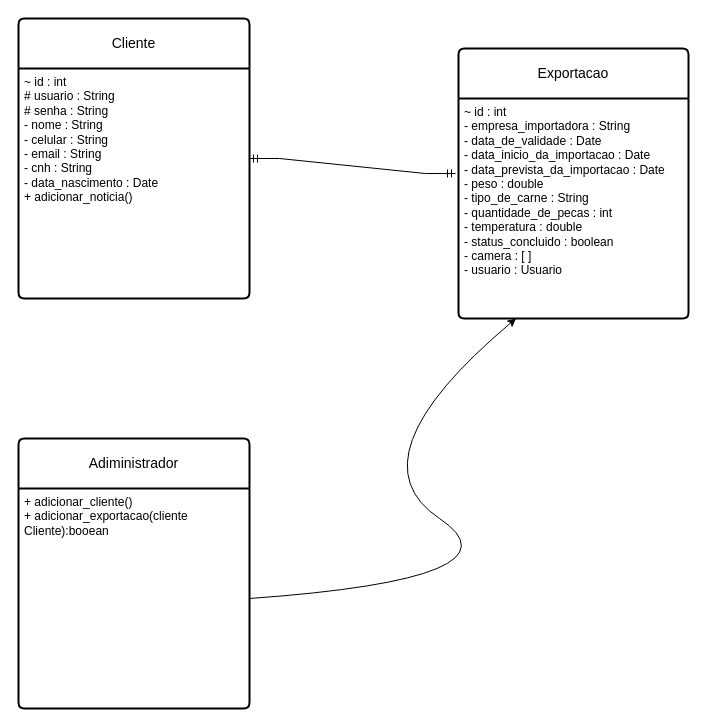
Above: src/diagrama de classe.drawio in antoniofelipecruz/biblioteca-MA (draw.io), before the change. Source tidied: cells renumbered, new cells numbered last; positions are measured from the earlier drawing's top-left corner, leaving out a move shared by most shapes. Both pictures are drawn from the tidied source at 100%, with x=0, y=0 at pixel (18, 18).
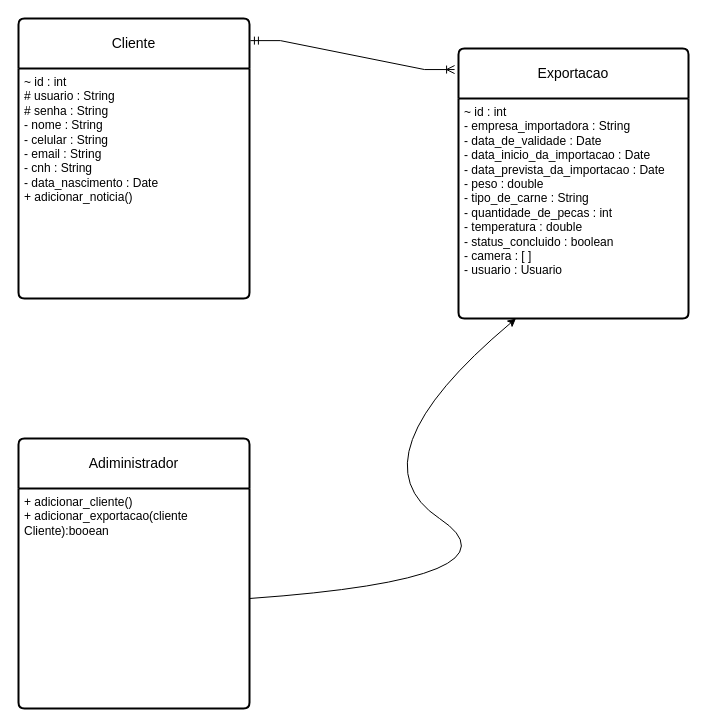
The same diagram, later.

The edit, as a diff of the source:
```diff
@@
 <mxGraphModel>
   <root>
     <mxCell id="0" />
     <mxCell id="1" parent="0" />
     <mxCell id="2" value="Cliente" style="swimlane;horizontal=1;startSize=50;rounded=1;fontSize=14;fontStyle=0;strokeWidth=2;shadow=0;dashed=0;align=center;arcSize=4;whiteSpace=wrap;html=1;" parent="1" vertex="1">
       <mxGeometry width="231" height="280" as="geometry" />
     </mxCell>
     <mxCell id="3" value="~ id : int&lt;br&gt;&lt;div&gt;# usuario : String&lt;/div&gt;&lt;div&gt;# senha : String&lt;/div&gt;&lt;div&gt;- nome : String&lt;/div&gt;&lt;div&gt;- celular : String&lt;/div&gt;&lt;div&gt;- email : String&lt;/div&gt;&lt;div&gt;- cnh : String&lt;/div&gt;&lt;div&gt;- data_nascimento : Date&lt;br&gt;&lt;/div&gt;&lt;div&gt;+ adicionar_noticia()&lt;br&gt;&lt;/div&gt;&lt;div&gt;&lt;br&gt;&lt;/div&gt;" style="align=left;strokeColor=none;fillColor=none;spacingLeft=4;spacingRight=4;fontSize=12;verticalAlign=top;html=1;whiteSpace=wrap;" parent="2" vertex="1">
       <mxGeometry y="50" width="231" height="230" as="geometry" />
     </mxCell>
     <mxCell id="4" value="Adiministrador" style="swimlane;horizontal=1;startSize=50;rounded=1;fontSize=14;fontStyle=0;strokeWidth=2;shadow=0;dashed=0;align=center;arcSize=4;whiteSpace=wrap;html=1;" parent="1" vertex="1">
       <mxGeometry y="420" width="231" height="270" as="geometry" />
     </mxCell>
     <mxCell id="5" value="+ adicionar_cliente()&lt;br&gt;+ adicionar_exportacao(cliente Cliente):booean" style="align=left;strokeColor=none;fillColor=none;spacingLeft=4;spacingRight=4;fontSize=12;verticalAlign=top;html=1;whiteSpace=wrap;" parent="4" vertex="1">
       <mxGeometry y="50" width="231" height="220" as="geometry" />
     </mxCell>
     <mxCell id="6" value="Exportacao" style="swimlane;horizontal=1;startSize=50;rounded=1;fontSize=14;fontStyle=0;strokeWidth=2;shadow=0;dashed=0;align=center;arcSize=4;whiteSpace=wrap;html=1;" parent="1" vertex="1">
       <mxGeometry x="440" y="30" width="230" height="270" as="geometry" />
     </mxCell>
     <mxCell id="7" value="~ id : int&lt;br&gt;- empresa_importadora : String&lt;br&gt;&lt;div&gt;- data_de_validade : Date&lt;/div&gt;&lt;div&gt;- data_inicio_da_importacao : Date&lt;/div&gt;&lt;div&gt;- data_prevista_da_importacao : Date&lt;/div&gt;&lt;div&gt;- peso : double&lt;/div&gt;&lt;div&gt;- tipo_de_carne : String&lt;/div&gt;&lt;div&gt;- quantidade_de_pecas : int&lt;/div&gt;&lt;div&gt;- temperatura : double&lt;/div&gt;&lt;div&gt;- status_concluido : boolean&lt;/div&gt;&lt;div&gt;- camera : [ ]&lt;/div&gt;&lt;div&gt;- usuario : Usuario&lt;br&gt;&lt;/div&gt;&lt;div&gt;&lt;br&gt;&lt;/div&gt;&lt;div&gt;&lt;br&gt;&lt;/div&gt;" style="align=left;strokeColor=none;fillColor=none;spacingLeft=4;spacingRight=4;fontSize=12;verticalAlign=top;html=1;whiteSpace=wrap;" parent="6" vertex="1">
       <mxGeometry y="50" width="230" height="220" as="geometry" />
     </mxCell>
-    <mxCell id="8" style="edgeStyle=entityRelationEdgeStyle;fontSize=12;html=1;endArrow=ERmandOne;startArrow=ERmandOne;rounded=0;exitX=1;exitY=0.5;exitDx=0;exitDy=0;entryX=-0.013;entryY=0.341;entryDx=0;entryDy=0;entryPerimeter=0;" parent="1" edge="1" source="2" target="7">
-      <mxGeometry relative="1" as="geometry" />
-    </mxCell>
     <mxCell id="9" style="curved=1;endArrow=classic;html=1;rounded=0;fontFamily=Helvetica;fontSize=14;fontColor=default;fontStyle=0;horizontal=1;exitX=1;exitY=0.5;exitDx=0;exitDy=0;entryX=0.25;entryY=1;entryDx=0;entryDy=0;" parent="1" edge="1" source="5" target="7">
       <mxGeometry relative="1" as="geometry">
         <Array as="points">
           <mxPoint x="511" y="560" />
           <mxPoint x="331" y="440" />
         </Array>
       </mxGeometry>
     </mxCell>
+    <mxCell id="10" style="edgeStyle=entityRelationEdgeStyle;fontSize=12;html=1;endArrow=ERoneToMany;startArrow=ERmandOne;rounded=0;exitX=1.004;exitY=0.079;exitDx=0;exitDy=0;exitPerimeter=0;entryX=-0.017;entryY=0.078;entryDx=0;entryDy=0;entryPerimeter=0;" parent="1" edge="1" source="2" target="6">
+      <mxGeometry relative="1" as="geometry" />
+    </mxCell>
   </root>
 </mxGraphModel>
```
